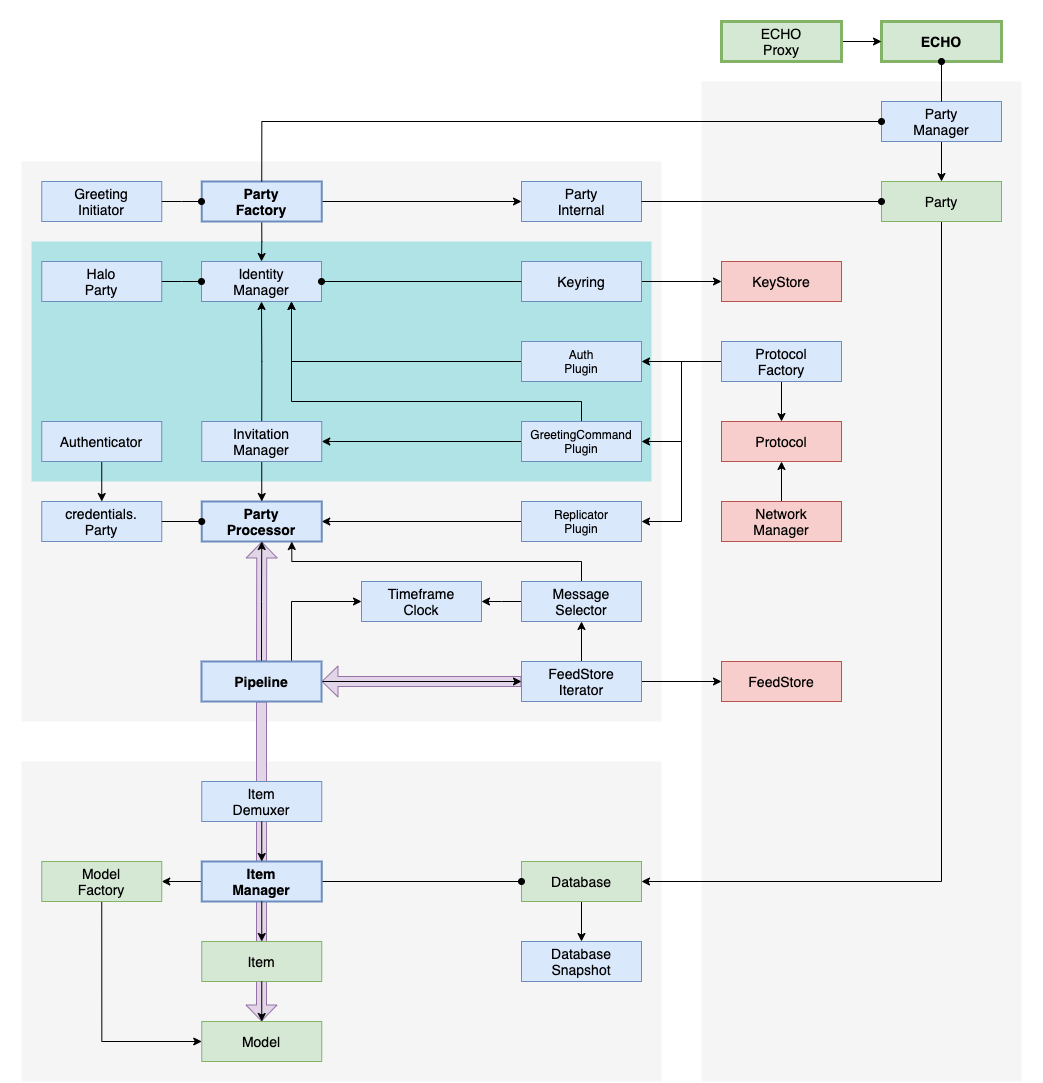
The draw.io diagram docs/diagrams/echo-architecture.png in dxos/dxos, before a commit. Source tidied: cells renumbered, new cells last; positions are measured from the earlier drawing's top-left corner, leaving out a move shared by most shapes.
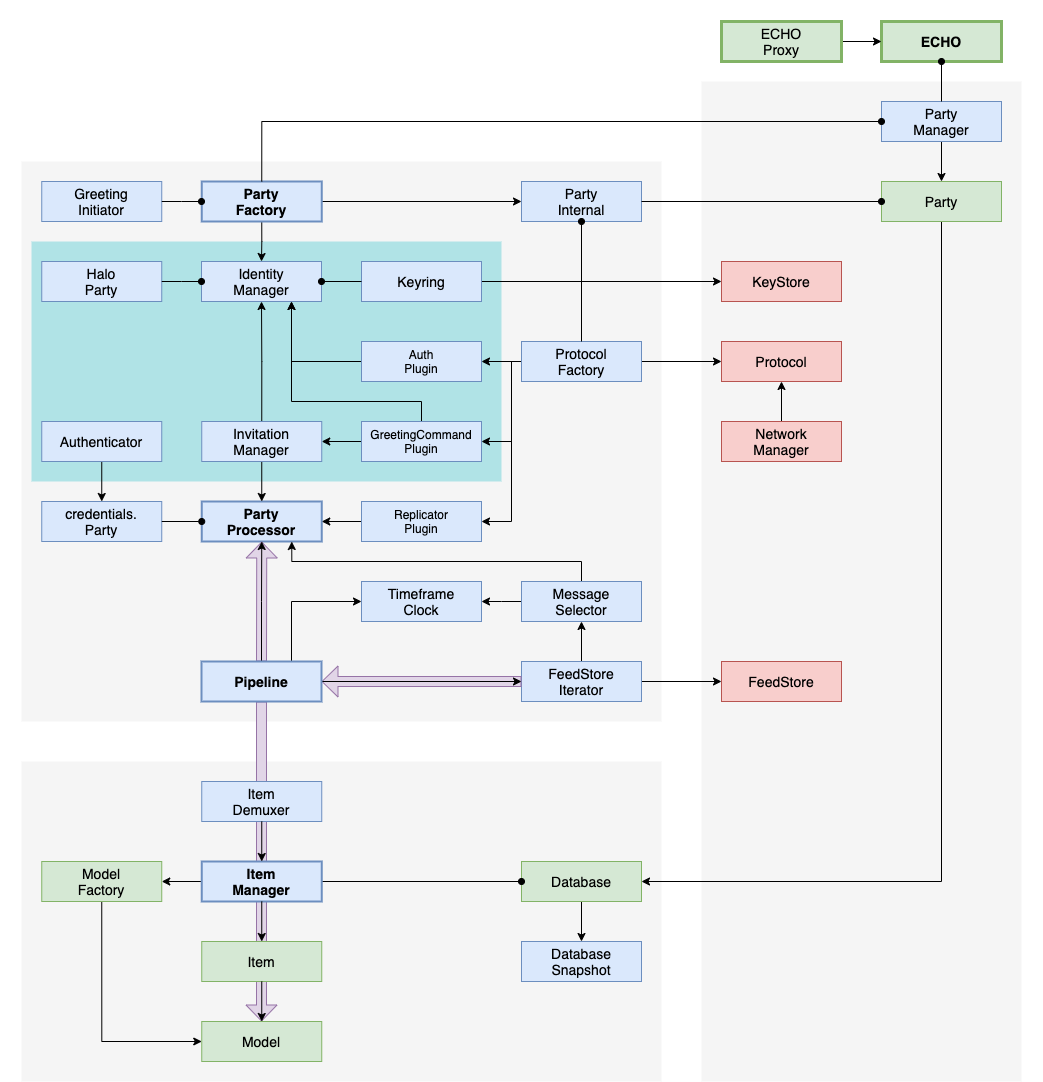
After the change.

What changed in the source:
```diff
@@ -12,7 +12,7 @@
       <mxGeometry x="20" y="760" width="640" height="320" as="geometry" />
     </mxCell>
     <mxCell id="5" style="rounded=0;whiteSpace=wrap;html=1;fontSize=14;fontFamily=Helvetica;fontStyle=0;fillColor=#b0e3e6;strokeColor=none;" parent="1" vertex="1">
-      <mxGeometry x="30" y="240" width="620" height="240" as="geometry" />
+      <mxGeometry x="30" y="240" width="470" height="240" as="geometry" />
     </mxCell>
     <mxCell id="6" style="edgeStyle=orthogonalEdgeStyle;rounded=0;jettySize=auto;html=1;exitX=0.5;exitY=1;exitDx=0;exitDy=0;fontSize=12;startArrow=none;startFill=0;endArrow=classic;endFill=1;" parent="1" edge="1" source="7" target="34">
       <mxGeometry relative="1" as="geometry" />
@@ -45,21 +45,26 @@
       <mxGeometry relative="1" as="geometry" />
     </mxCell>
     <mxCell id="16" style="edgeStyle=orthogonalEdgeStyle;rounded=0;jettySize=auto;html=1;exitX=0;exitY=0.5;exitDx=0;exitDy=0;entryX=1;entryY=0.5;entryDx=0;entryDy=0;fontSize=12;startArrow=none;startFill=0;endArrow=classic;endFill=1;" parent="1" edge="1" source="19" target="71">
-      <mxGeometry relative="1" as="geometry" />
+      <mxGeometry relative="1" as="geometry">
+        <Array as="points">
+          <mxPoint x="510" y="360" />
+          <mxPoint x="510" y="440" />
+        </Array>
+      </mxGeometry>
     </mxCell>
     <mxCell id="17" style="edgeStyle=orthogonalEdgeStyle;rounded=0;jettySize=auto;html=1;exitX=0;exitY=0.5;exitDx=0;exitDy=0;entryX=1;entryY=0.5;entryDx=0;entryDy=0;fontSize=12;startArrow=none;startFill=0;endArrow=classic;endFill=1;" parent="1" edge="1" source="19" target="73">
       <mxGeometry relative="1" as="geometry">
         <Array as="points">
-          <mxPoint x="680" y="360" />
-          <mxPoint x="680" y="520" />
+          <mxPoint x="510" y="360" />
+          <mxPoint x="510" y="520" />
         </Array>
       </mxGeometry>
     </mxCell>
-    <mxCell id="18" style="edgeStyle=orthogonalEdgeStyle;rounded=0;jettySize=auto;html=1;exitX=0.5;exitY=1;exitDx=0;exitDy=0;fontSize=12;startArrow=none;startFill=0;endArrow=classic;endFill=1;" parent="1" edge="1" source="19" target="75">
+    <mxCell id="18" style="edgeStyle=orthogonalEdgeStyle;rounded=0;jettySize=auto;html=1;exitX=1;exitY=0.5;exitDx=0;exitDy=0;fontSize=12;startArrow=none;startFill=0;endArrow=classic;endFill=1;entryX=0;entryY=0.5;entryDx=0;entryDy=0;" parent="1" edge="1" source="19" target="75">
       <mxGeometry relative="1" as="geometry" />
     </mxCell>
     <mxCell id="19" value="Protocol&lt;br&gt;Factory" style="rounded=0;whiteSpace=wrap;html=1;fontSize=14;fontFamily=Helvetica;fillColor=#dae8fc;strokeColor=#6c8ebf;fontStyle=0;strokeWidth=1;" parent="1" vertex="1">
-      <mxGeometry x="720" y="340" width="120" height="40" as="geometry" />
+      <mxGeometry x="520" y="340" width="120" height="40" as="geometry" />
     </mxCell>
     <mxCell id="20" style="edgeStyle=orthogonalEdgeStyle;rounded=0;jettySize=auto;html=1;exitX=0.5;exitY=1;exitDx=0;exitDy=0;entryX=0.5;entryY=0;entryDx=0;entryDy=0;" parent="1" edge="1" source="22" target="14">
       <mxGeometry relative="1" as="geometry" />
@@ -80,7 +85,7 @@
       <mxGeometry relative="1" as="geometry" />
     </mxCell>
     <mxCell id="26" value="Network&lt;br&gt;Manager" style="rounded=0;whiteSpace=wrap;html=1;fontSize=14;fontFamily=Helvetica;fillColor=#f8cecc;strokeColor=#b85450;fontStyle=0;strokeWidth=1;" parent="1" vertex="1">
-      <mxGeometry x="720" y="500" width="120" height="40" as="geometry" />
+      <mxGeometry x="720" y="420" width="120" height="40" as="geometry" />
     </mxCell>
     <mxCell id="27" value="Greeting&lt;br&gt;Initiator" style="rounded=0;whiteSpace=wrap;html=1;fontSize=14;fontFamily=Helvetica;fillColor=#dae8fc;strokeColor=#6c8ebf;fontStyle=0;strokeWidth=1;" parent="1" vertex="1">
       <mxGeometry x="40.2" y="180" width="120" height="40" as="geometry" />
@@ -144,7 +149,7 @@
       <mxGeometry relative="1" as="geometry" />
     </mxCell>
     <mxCell id="44" value="Keyring" style="rounded=0;whiteSpace=wrap;html=1;fontSize=14;fontFamily=Helvetica;fillColor=#dae8fc;strokeColor=#6c8ebf;fontStyle=0;strokeWidth=1;" parent="1" vertex="1">
-      <mxGeometry x="520" y="260" width="120" height="40" as="geometry" />
+      <mxGeometry x="360" y="260" width="120" height="40" as="geometry" />
     </mxCell>
     <mxCell id="45" style="edgeStyle=orthogonalEdgeStyle;rounded=0;jettySize=auto;html=1;exitX=0;exitY=0.5;exitDx=0;exitDy=0;strokeWidth=1;endFill=0;endArrow=none;startFill=1;startArrow=oval;entryX=0.5;entryY=0;entryDx=0;entryDy=0;" parent="1" edge="1" source="7" target="22">
       <mxGeometry relative="1" as="geometry">
@@ -230,7 +235,7 @@
       <mxGeometry relative="1" as="geometry" />
     </mxCell>
     <mxCell id="68" value="Auth&lt;br style=&quot;font-size: 12px;&quot;&gt;Plugin" style="rounded=0;whiteSpace=wrap;html=1;fontSize=12;fontFamily=Helvetica;fillColor=#dae8fc;strokeColor=#6c8ebf;fontStyle=0;strokeWidth=1;" parent="1" vertex="1">
-      <mxGeometry x="520" y="340" width="120" height="40" as="geometry" />
+      <mxGeometry x="360" y="340" width="120" height="40" as="geometry" />
     </mxCell>
     <mxCell id="69" style="edgeStyle=orthogonalEdgeStyle;rounded=0;jettySize=auto;html=1;exitX=0;exitY=0.5;exitDx=0;exitDy=0;entryX=1;entryY=0.5;entryDx=0;entryDy=0;fontSize=12;startArrow=none;startFill=0;endArrow=classic;endFill=1;" parent="1" edge="1" source="71" target="30">
       <mxGeometry relative="1" as="geometry" />
@@ -238,25 +243,25 @@
     <mxCell id="70" style="edgeStyle=orthogonalEdgeStyle;rounded=0;jettySize=auto;html=1;exitX=0.5;exitY=0;exitDx=0;exitDy=0;fontSize=12;startArrow=none;startFill=0;endArrow=classic;endFill=1;entryX=0.75;entryY=1;entryDx=0;entryDy=0;" parent="1" edge="1" source="71" target="14">
       <mxGeometry relative="1" as="geometry">
         <Array as="points">
-          <mxPoint x="580" y="400" />
+          <mxPoint x="420" y="400" />
           <mxPoint x="290" y="400" />
         </Array>
       </mxGeometry>
     </mxCell>
     <mxCell id="71" value="GreetingCommand&lt;br style=&quot;font-size: 12px;&quot;&gt;Plugin" style="rounded=0;whiteSpace=wrap;html=1;fontSize=12;fontFamily=Helvetica;fillColor=#dae8fc;strokeColor=#6c8ebf;fontStyle=0;strokeWidth=1;" parent="1" vertex="1">
-      <mxGeometry x="520" y="420" width="120" height="40" as="geometry" />
+      <mxGeometry x="360" y="420" width="120" height="40" as="geometry" />
     </mxCell>
     <mxCell id="72" style="edgeStyle=orthogonalEdgeStyle;rounded=0;jettySize=auto;html=1;exitX=0;exitY=0.5;exitDx=0;exitDy=0;entryX=1;entryY=0.5;entryDx=0;entryDy=0;fontSize=12;startArrow=none;startFill=0;endArrow=classic;endFill=1;" parent="1" edge="1" source="73" target="11">
       <mxGeometry relative="1" as="geometry" />
     </mxCell>
     <mxCell id="73" value="Replicator&lt;br style=&quot;font-size: 12px;&quot;&gt;Plugin" style="rounded=0;whiteSpace=wrap;html=1;fontSize=12;fontFamily=Helvetica;fillColor=#dae8fc;strokeColor=#6c8ebf;fontStyle=0;strokeWidth=1;" parent="1" vertex="1">
-      <mxGeometry x="520" y="500" width="120" height="40" as="geometry" />
+      <mxGeometry x="360" y="500" width="120" height="40" as="geometry" />
     </mxCell>
     <mxCell id="74" style="edgeStyle=orthogonalEdgeStyle;rounded=0;jettySize=auto;html=1;exitX=0;exitY=0.5;exitDx=0;exitDy=0;fontSize=12;startArrow=oval;startFill=1;endArrow=none;endFill=0;" parent="1" edge="1" source="14" target="41">
       <mxGeometry relative="1" as="geometry" />
     </mxCell>
     <mxCell id="75" value="Protocol" style="rounded=0;whiteSpace=wrap;html=1;fontSize=14;fontFamily=Helvetica;fillColor=#f8cecc;strokeColor=#b85450;fontStyle=0;strokeWidth=1;" parent="1" vertex="1">
-      <mxGeometry x="720" y="420" width="120" height="40" as="geometry" />
+      <mxGeometry x="720" y="340" width="120" height="40" as="geometry" />
     </mxCell>
     <mxCell id="76" value="Party&lt;br&gt;Internal" style="rounded=0;whiteSpace=wrap;html=1;fontSize=14;fontFamily=Helvetica;fillColor=#dae8fc;strokeColor=#6c8ebf;fontStyle=0;strokeWidth=1;" parent="1" vertex="1">
       <mxGeometry x="520" y="180" width="120" height="40" as="geometry" />
@@ -279,5 +284,8 @@
     <mxCell id="82" value="&lt;span style=&quot;font-weight: 400&quot;&gt;&amp;nbsp;&lt;/span&gt;" style="rounded=0;whiteSpace=wrap;html=1;fontSize=14;fontFamily=Helvetica;fontStyle=1;strokeWidth=3;strokeColor=none;fillColor=none;" parent="1" vertex="1">
       <mxGeometry width="1040" height="20" as="geometry" />
     </mxCell>
+    <mxCell id="83" style="edgeStyle=orthogonalEdgeStyle;rounded=0;jettySize=auto;html=1;exitX=0.5;exitY=1;exitDx=0;exitDy=0;entryX=0.5;entryY=0;entryDx=0;entryDy=0;fontSize=12;startArrow=oval;startFill=1;endArrow=none;endFill=0;" parent="1" edge="1" source="76" target="19">
+      <mxGeometry relative="1" as="geometry" />
+    </mxCell>
   </root>
 </mxGraphModel>
```
